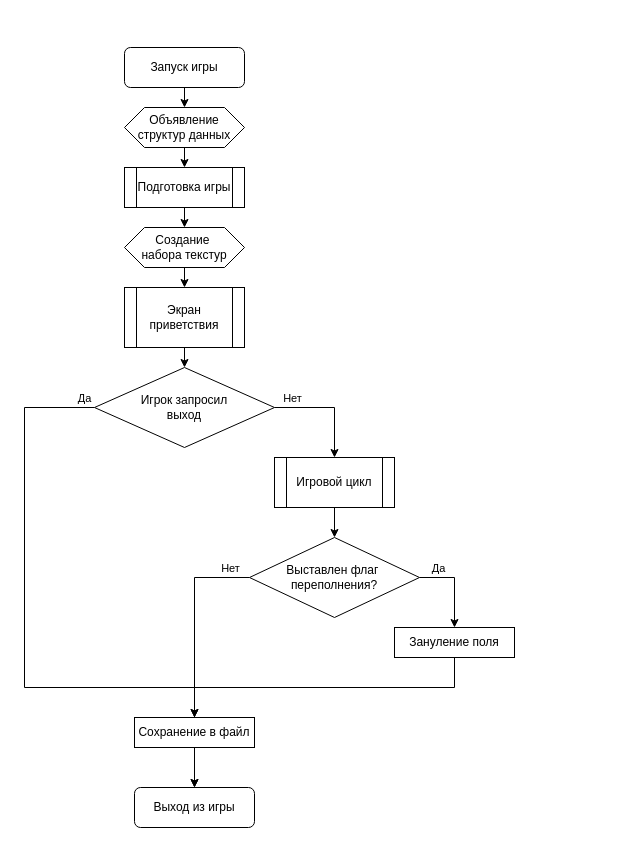
Above: report/Общий цикл.drawio in zhigunovsemyon/2048 (draw.io), before the change. Source tidied: cells renumbered, new cells numbered last; positions are measured from the earlier drawing's top-left corner, leaving out a move shared by most shapes. Both pictures are drawn from the tidied source at 100%, with x=0, y=0 at pixel (24, 47).
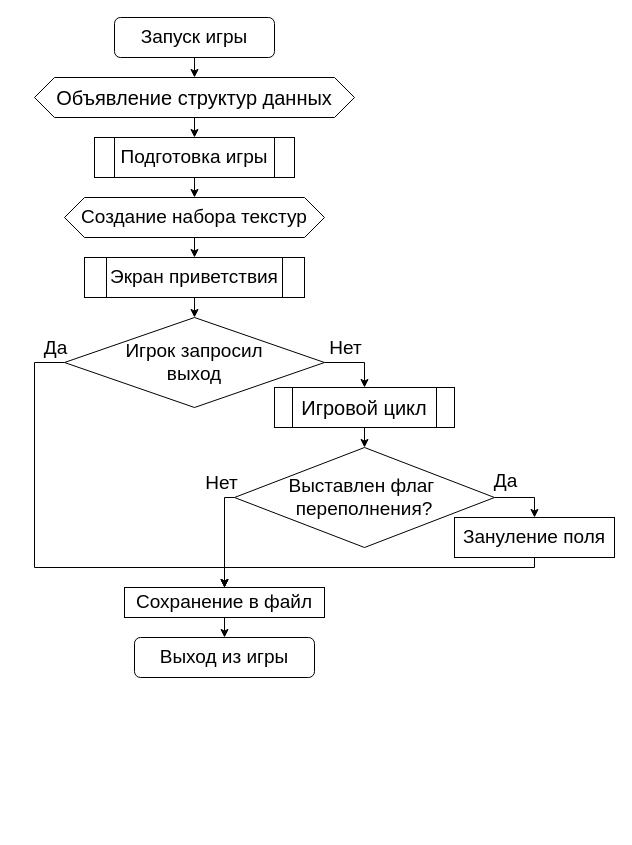
Above is the later version.

Unchanged cells that the change refers to:
```xml
<mxCell id="8" style="edgeStyle=orthogonalEdgeStyle;rounded=0;jettySize=auto;html=1;exitX=1;exitY=0.5;exitDx=0;exitDy=0;entryX=0.5;entryY=0;entryDx=0;entryDy=0;" parent="1" edge="1" source="10" target="25">
  <mxGeometry relative="1" as="geometry" />
</mxCell>
```

Diff of the diagram source:
```diff
@@
     <mxCell id="2" style="edgeStyle=orthogonalEdgeStyle;rounded=0;jettySize=auto;html=1;exitX=0.5;exitY=1;exitDx=0;exitDy=0;entryX=0.5;entryY=0;entryDx=0;entryDy=0;" parent="1" edge="1" source="3">
       <mxGeometry relative="1" as="geometry">
-        <mxPoint x="160" y="60" as="targetPoint" />
+        <mxPoint x="170" y="30" as="targetPoint" />
       </mxGeometry>
     </mxCell>
-    <mxCell id="3" value="Запуск игры" style="rounded=1;whiteSpace=wrap;html=1;" parent="1" vertex="1">
-      <mxGeometry x="100" width="120" height="40" as="geometry" />
+    <mxCell id="3" value="&lt;font style=&quot;font-size: 19px;&quot;&gt;Запуск игры&lt;/font&gt;" style="rounded=1;whiteSpace=wrap;html=1;" parent="1" vertex="1">
+      <mxGeometry x="90" y="-30" width="160" height="40" as="geometry" />
     </mxCell>
-    <mxCell id="4" style="edgeStyle=orthogonalEdgeStyle;rounded=0;orthogonalLoop=1;jettySize=auto;html=1;exitX=0.5;exitY=1;exitDx=0;exitDy=0;" parent="1" edge="1" source="3" target="3">
-      <mxGeometry relative="1" as="geometry" />
+    <mxCell id="4" style="edgeStyle=orthogonalEdgeStyle;rounded=0;orthogonalLoop=1;jettySize=auto;html=1;exitX=0.5;exitY=1;exitDx=0;exitDy=0;" parent="1" edge="1">
+      <mxGeometry relative="1" as="geometry">
+        <mxPoint x="180" y="10" as="sourcePoint" />
+        <mxPoint x="180" y="10" as="targetPoint" />
+      </mxGeometry>
     </mxCell>
     <mxCell id="5" style="edgeStyle=orthogonalEdgeStyle;rounded=0;orthogonalLoop=1;jettySize=auto;html=1;exitX=0.5;exitY=1;exitDx=0;exitDy=0;entryX=0.5;entryY=0;entryDx=0;entryDy=0;" parent="1" edge="1">
       <mxGeometry relative="1" as="geometry">
-        <mxPoint x="160" y="100" as="sourcePoint" />
-        <mxPoint x="160" y="120" as="targetPoint" />
+        <mxPoint x="170" y="70" as="sourcePoint" />
+        <mxPoint x="170" y="90" as="targetPoint" />
       </mxGeometry>
     </mxCell>
-    <mxCell id="6" style="edgeStyle=orthogonalEdgeStyle;rounded=0;jettySize=auto;html=1;exitX=0;exitY=0.5;exitDx=0;exitDy=0;entryX=0.5;entryY=0;entryDx=0;entryDy=0;" parent="1" edge="1" source="10" target="11">
+    <mxCell id="6" style="edgeStyle=orthogonalEdgeStyle;rounded=0;jettySize=auto;html=1;exitX=0;exitY=0.5;exitDx=0;exitDy=0;entryX=0.5;entryY=0;entryDx=0;entryDy=0;" parent="1" edge="1" source="10" target="16">
       <mxGeometry relative="1" as="geometry">
         <Array as="points">
-          <mxPoint y="360" />
-          <mxPoint y="640" />
-          <mxPoint x="170" y="640" />
+          <mxPoint x="10" y="315" />
+          <mxPoint x="10" y="520" />
+          <mxPoint x="200" y="520" />
         </Array>
       </mxGeometry>
     </mxCell>
-    <mxCell id="7" value="Да" style="edgeLabel;html=1;align=center;verticalAlign=middle;" parent="6" vertex="1">
+    <mxCell id="7" value="Да" style="edgeLabel;html=1;align=center;verticalAlign=middle;fontSize=19;" parent="6" vertex="1">
       <mxGeometry x="-0.85" y="-2" relative="1" as="geometry">
-        <mxPoint x="36" y="-8" as="offset" />
+        <mxPoint x="22" y="-18" as="offset" />
       </mxGeometry>
     </mxCell>
@@
-    <mxCell id="9" value="Нет" style="edgeLabel;html=1;align=center;verticalAlign=middle;" parent="8" vertex="1">
+    <mxCell id="9" value="Нет" style="edgeLabel;html=1;align=center;verticalAlign=middle;fontSize=19;" parent="8" vertex="1">
       <mxGeometry x="-0.42" y="-3" relative="1" as="geometry">
-        <mxPoint x="-15" y="-13" as="offset" />
+        <mxPoint x="1" y="-18" as="offset" />
       </mxGeometry>
     </mxCell>
-    <mxCell id="10" value="&lt;div&gt;Игрок запросил&lt;/div&gt;&lt;div&gt;выход&lt;br&gt;&lt;/div&gt;" style="rhombus;whiteSpace=wrap;html=1;" parent="1" vertex="1">
-      <mxGeometry x="70" y="320" width="180" height="80" as="geometry" />
+    <mxCell id="10" value="&lt;div style=&quot;font-size: 19px;&quot;&gt;&lt;font style=&quot;font-size: 19px;&quot;&gt;Игрок запросил&lt;/font&gt;&lt;/div&gt;&lt;div style=&quot;font-size: 19px;&quot;&gt;&lt;font style=&quot;font-size: 19px;&quot;&gt;выход&lt;/font&gt;&lt;br&gt;&lt;/div&gt;" style="rhombus;whiteSpace=wrap;html=1;" parent="1" vertex="1">
+      <mxGeometry x="40" y="270" width="260" height="90" as="geometry" />
     </mxCell>
-    <mxCell id="11" value="Выход из игры" style="rounded=1;whiteSpace=wrap;html=1;" parent="1" vertex="1">
-      <mxGeometry x="110" y="740" width="120" height="40" as="geometry" />
+    <mxCell id="11" value="&lt;font style=&quot;font-size: 19px;&quot;&gt;Выход из игры&lt;/font&gt;" style="rounded=1;whiteSpace=wrap;html=1;" parent="1" vertex="1">
+      <mxGeometry x="110" y="590" width="180" height="40" as="geometry" />
     </mxCell>
-    <mxCell id="12" value="&lt;div&gt;Объявление&lt;/div&gt;&lt;div&gt;структур данных&lt;br&gt;&lt;/div&gt;" style="shape=hexagon;perimeter=hexagonPerimeter2;whiteSpace=wrap;html=1;fixedSize=1;" parent="1" vertex="1">
-      <mxGeometry x="100" y="60" width="120" height="40" as="geometry" />
+    <mxCell id="12" value="&lt;div style=&quot;font-size: 20px;&quot;&gt;Объявление&amp;nbsp;&lt;span style=&quot;background-color: initial;&quot;&gt;структур данных&lt;/span&gt;&lt;/div&gt;" style="shape=hexagon;perimeter=hexagonPerimeter2;whiteSpace=wrap;html=1;fixedSize=1;" parent="1" vertex="1">
+      <mxGeometry x="10" y="30" width="320" height="40" as="geometry" />
     </mxCell>
-    <mxCell id="13" value="Зануление поля" style="rounded=0;whiteSpace=wrap;html=1;" parent="1" vertex="1">
-      <mxGeometry x="370" y="580" width="120" height="30" as="geometry" />
+    <mxCell id="13" value="&lt;font style=&quot;font-size: 19px;&quot;&gt;Зануление поля&lt;/font&gt;" style="rounded=0;whiteSpace=wrap;html=1;fontSize=16;" parent="1" vertex="1">
+      <mxGeometry x="430" y="470" width="160" height="40" as="geometry" />
     </mxCell>
     <mxCell id="14" style="edgeStyle=orthogonalEdgeStyle;rounded=0;jettySize=auto;html=1;exitX=0.5;exitY=1;exitDx=0;exitDy=0;entryX=0.5;entryY=0;entryDx=0;entryDy=0;" parent="1" edge="1" source="13" target="16">
       <mxGeometry relative="1" as="geometry">
         <Array as="points">
-          <mxPoint x="430" y="640" />
-          <mxPoint x="170" y="640" />
+          <mxPoint x="510" y="520" />
+          <mxPoint x="200" y="520" />
         </Array>
       </mxGeometry>
     </mxCell>
@@
-    <mxCell id="16" value="Сохранение в файл" style="rounded=0;whiteSpace=wrap;html=1;" parent="1" vertex="1">
-      <mxGeometry x="110" y="670" width="120" height="30" as="geometry" />
+    <mxCell id="16" value="&lt;font style=&quot;font-size: 19px;&quot;&gt;Сохранение в файл&lt;/font&gt;" style="rounded=0;whiteSpace=wrap;html=1;" parent="1" vertex="1">
+      <mxGeometry x="100" y="540" width="200" height="30" as="geometry" />
     </mxCell>
-    <mxCell id="17" style="edgeStyle=orthogonalEdgeStyle;rounded=0;jettySize=auto;html=1;exitX=0.5;exitY=1;exitDx=0;exitDy=0;entryX=0.5;entryY=0;entryDx=0;entryDy=0;" parent="1" edge="1" target="10">
-      <mxGeometry relative="1" as="geometry">
-        <mxPoint x="160" y="300" as="sourcePoint" />
-      </mxGeometry>
+    <mxCell id="17" style="edgeStyle=orthogonalEdgeStyle;rounded=0;jettySize=auto;html=1;exitX=0.5;exitY=1;exitDx=0;exitDy=0;entryX=0.5;entryY=0;entryDx=0;entryDy=0;" parent="1" edge="1" source="23" target="10">
+      <mxGeometry relative="1" as="geometry" />
     </mxCell>
     <mxCell id="18" style="edgeStyle=orthogonalEdgeStyle;rounded=0;jettySize=auto;html=1;exitX=1;exitY=0.5;exitDx=0;exitDy=0;entryX=0.5;entryY=0;entryDx=0;entryDy=0;" parent="1" edge="1" source="22" target="13">
       <mxGeometry relative="1" as="geometry">
         <Array as="points">
-          <mxPoint x="430" y="530" />
+          <mxPoint x="510" y="450" />
         </Array>
       </mxGeometry>
     </mxCell>
-    <mxCell id="19" value="Да" style="edgeLabel;html=1;align=center;verticalAlign=middle;" parent="18" vertex="1">
+    <mxCell id="19" value="Да" style="edgeLabel;html=1;align=center;verticalAlign=middle;fontSize=19;" parent="18" vertex="1">
       <mxGeometry x="-0.33" relative="1" as="geometry">
-        <mxPoint x="-10" y="-10" as="offset" />
+        <mxPoint x="-10" y="-17" as="offset" />
       </mxGeometry>
     </mxCell>
-    <mxCell id="20" style="edgeStyle=orthogonalEdgeStyle;rounded=0;jettySize=auto;html=1;entryX=0.5;entryY=0;entryDx=0;entryDy=0;exitX=0;exitY=0.5;exitDx=0;exitDy=0;" parent="1" edge="1" source="22" target="16">
+    <mxCell id="20" style="edgeStyle=orthogonalEdgeStyle;rounded=0;jettySize=auto;html=1;entryX=0.5;entryY=0;entryDx=0;entryDy=0;exitX=0;exitY=0.5;exitDx=0;exitDy=0;fontSize=13;" parent="1" edge="1" source="22" target="16">
       <mxGeometry relative="1" as="geometry">
         <Array as="points">
-          <mxPoint x="170" y="530" />
+          <mxPoint x="200" y="450" />
         </Array>
       </mxGeometry>
     </mxCell>
-    <mxCell id="21" value="Нет" style="edgeLabel;html=1;align=center;verticalAlign=middle;" parent="20" vertex="1">
+    <mxCell id="21" value="Нет" style="edgeLabel;html=1;align=center;verticalAlign=middle;fontSize=19;" parent="20" vertex="1">
       <mxGeometry x="-0.88" y="-1" relative="1" as="geometry">
-        <mxPoint x="-8" y="-9" as="offset" />
+        <mxPoint x="-8" y="-14" as="offset" />
       </mxGeometry>
     </mxCell>
-    <mxCell id="22" value="&lt;div&gt;Выставлен флаг&amp;nbsp;&lt;/div&gt;&lt;div&gt;переполнения?&lt;/div&gt;" style="rhombus;whiteSpace=wrap;html=1;" parent="1" vertex="1">
-      <mxGeometry x="225" y="490" width="170" height="80" as="geometry" />
+    <mxCell id="22" value="&lt;div style=&quot;font-size: 19px;&quot;&gt;&lt;font style=&quot;font-size: 19px;&quot;&gt;Выставлен флаг&amp;nbsp;&lt;/font&gt;&lt;/div&gt;&lt;div style=&quot;font-size: 19px;&quot;&gt;&lt;font style=&quot;font-size: 19px;&quot;&gt;переполнения?&lt;/font&gt;&lt;/div&gt;" style="rhombus;whiteSpace=wrap;html=1;" parent="1" vertex="1">
+      <mxGeometry x="210" y="400" width="260" height="100" as="geometry" />
     </mxCell>
-    <mxCell id="23" value="Экран приветствия" style="shape=process;whiteSpace=wrap;html=1;backgroundOutline=1;" parent="1" vertex="1">
-      <mxGeometry x="100" y="240" width="120" height="60" as="geometry" />
+    <mxCell id="23" value="&lt;font style=&quot;font-size: 19px;&quot;&gt;Экран приветствия&lt;/font&gt;" style="shape=process;whiteSpace=wrap;html=1;backgroundOutline=1;" parent="1" vertex="1">
+      <mxGeometry x="60" y="210" width="220" height="40" as="geometry" />
     </mxCell>
@@
-    <mxCell id="25" value="Игровой цикл" style="shape=process;whiteSpace=wrap;html=1;backgroundOutline=1;" parent="1" vertex="1">
-      <mxGeometry x="250" y="410" width="120" height="50" as="geometry" />
+    <mxCell id="25" value="&lt;font style=&quot;font-size: 20px;&quot;&gt;Игровой цикл&lt;/font&gt;" style="shape=process;whiteSpace=wrap;html=1;backgroundOutline=1;" parent="1" vertex="1">
+      <mxGeometry x="250" y="340" width="180" height="40" as="geometry" />
     </mxCell>
@@
-    <mxCell id="27" value="Подготовка игры" style="shape=process;whiteSpace=wrap;html=1;backgroundOutline=1;" parent="1" vertex="1">
-      <mxGeometry x="100" y="120" width="120" height="40" as="geometry" />
+    <mxCell id="27" value="&lt;font style=&quot;font-size: 19px;&quot;&gt;Подготовка игры&lt;/font&gt;" style="shape=process;whiteSpace=wrap;html=1;backgroundOutline=1;" parent="1" vertex="1">
+      <mxGeometry x="70" y="90" width="200" height="40" as="geometry" />
     </mxCell>
@@
-    <mxCell id="29" value="&lt;div&gt;Создание&amp;nbsp;&lt;/div&gt;&lt;div&gt;набора текстур&lt;/div&gt;" style="shape=hexagon;perimeter=hexagonPerimeter2;whiteSpace=wrap;html=1;fixedSize=1;" parent="1" vertex="1">
-      <mxGeometry x="100" y="180" width="120" height="40" as="geometry" />
+    <mxCell id="29" value="&lt;div style=&quot;font-size: 19px;&quot;&gt;Создание&amp;nbsp;&lt;span style=&quot;background-color: initial;&quot;&gt;набора текстур&lt;/span&gt;&lt;/div&gt;" style="shape=hexagon;perimeter=hexagonPerimeter2;whiteSpace=wrap;html=1;fixedSize=1;" parent="1" vertex="1">
+      <mxGeometry x="40" y="150" width="260" height="40" as="geometry" />
     </mxCell>
```
